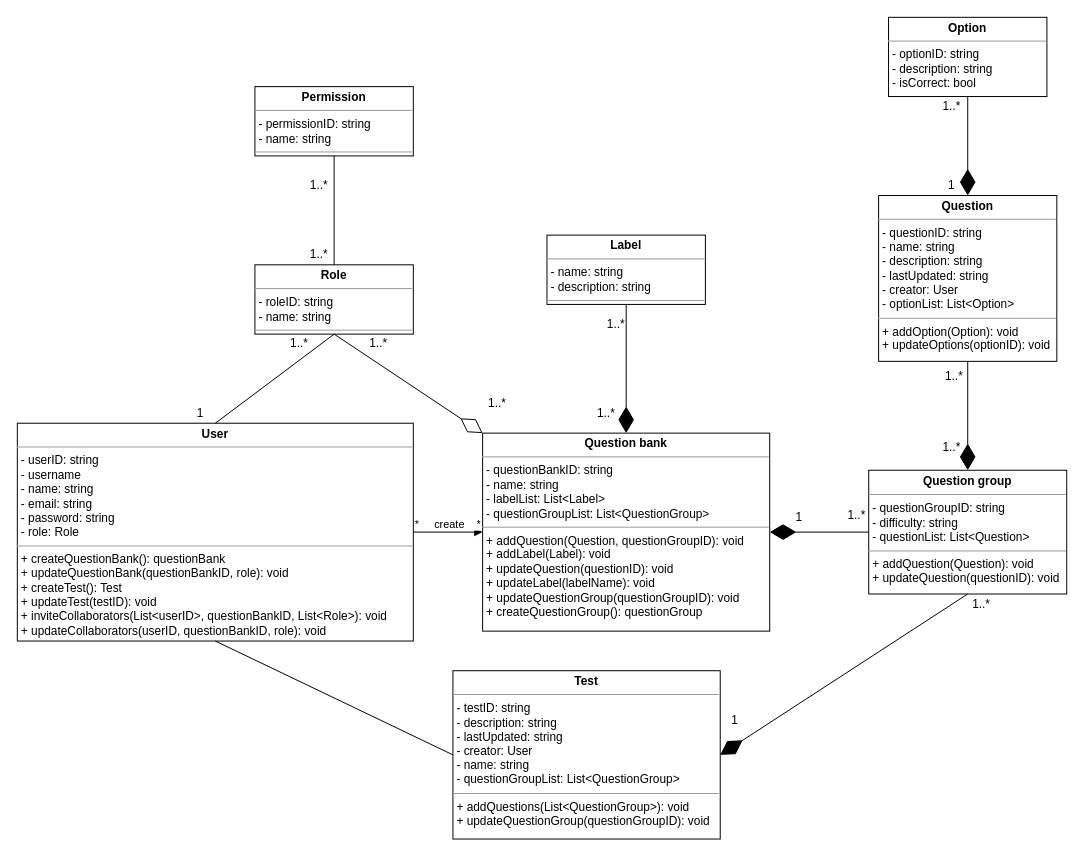
Before: page "Page-1" (1 of 2) of classdiagram.drawio in VDT1805/ChallengeCreator, a draw.io diagram. Source tidied: cells renumbered, new cells numbered last; positions are measured from the earlier drawing's top-left corner, leaving out a move shared by most shapes. Both pictures are drawn from the tidied source at 99%, with x=0, y=0 at pixel (17, 17).
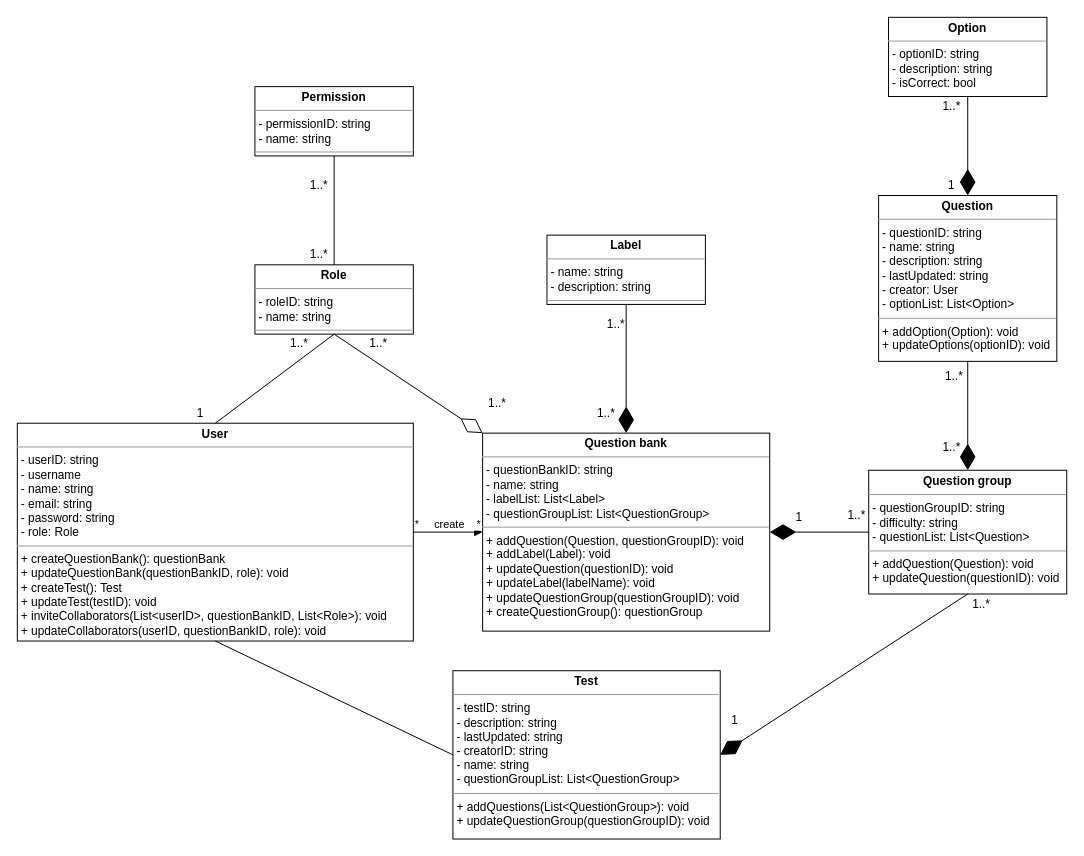
After the change.

The edit, as a diff of the source:
```diff
@@
-    <mxCell id="5" value="&lt;p style=&quot;margin:0px;margin-top:4px;text-align:center;&quot;&gt;&lt;b&gt;Test&lt;/b&gt;&lt;/p&gt;&lt;hr size=&quot;1&quot;&gt;&lt;p style=&quot;margin:0px;margin-left:4px;&quot;&gt;- testID: string&lt;/p&gt;&lt;p style=&quot;margin:0px;margin-left:4px;&quot;&gt;- description: string&lt;/p&gt;&lt;p style=&quot;margin:0px;margin-left:4px;&quot;&gt;- lastUpdated: string&lt;/p&gt;&lt;p style=&quot;margin:0px;margin-left:4px;&quot;&gt;- creator: User&lt;/p&gt;&lt;p style=&quot;margin:0px;margin-left:4px;&quot;&gt;- name: string&lt;/p&gt;&lt;p style=&quot;margin:0px;margin-left:4px;&quot;&gt;- questionGroupList: List&amp;lt;QuestionGroup&amp;gt;&lt;/p&gt;&lt;hr size=&quot;1&quot;&gt;&lt;p style=&quot;margin:0px;margin-left:4px;&quot;&gt;+ addQuestions(List&amp;lt;QuestionGroup&amp;gt;): void&lt;/p&gt;&lt;p style=&quot;margin:0px;margin-left:4px;&quot;&gt;+ updateQuestionGroup(questionGroupID): void&lt;/p&gt;" style="verticalAlign=top;align=left;overflow=fill;fontSize=12;fontFamily=Helvetica;html=1;" parent="1" vertex="1">
+    <mxCell id="5" value="&lt;p style=&quot;margin:0px;margin-top:4px;text-align:center;&quot;&gt;&lt;b&gt;Test&lt;/b&gt;&lt;/p&gt;&lt;hr size=&quot;1&quot;&gt;&lt;p style=&quot;margin:0px;margin-left:4px;&quot;&gt;- testID: string&lt;/p&gt;&lt;p style=&quot;margin:0px;margin-left:4px;&quot;&gt;- description: string&lt;/p&gt;&lt;p style=&quot;margin:0px;margin-left:4px;&quot;&gt;- lastUpdated: string&lt;/p&gt;&lt;p style=&quot;margin:0px;margin-left:4px;&quot;&gt;- creatorID: string&lt;/p&gt;&lt;p style=&quot;margin:0px;margin-left:4px;&quot;&gt;- name: string&lt;/p&gt;&lt;p style=&quot;margin:0px;margin-left:4px;&quot;&gt;- questionGroupList: List&amp;lt;QuestionGroup&amp;gt;&lt;/p&gt;&lt;hr size=&quot;1&quot;&gt;&lt;p style=&quot;margin:0px;margin-left:4px;&quot;&gt;+ addQuestions(List&amp;lt;QuestionGroup&amp;gt;): void&lt;/p&gt;&lt;p style=&quot;margin:0px;margin-left:4px;&quot;&gt;+ updateQuestionGroup(questionGroupID): void&lt;/p&gt;" style="verticalAlign=top;align=left;overflow=fill;fontSize=12;fontFamily=Helvetica;html=1;" parent="1" vertex="1">
       <mxGeometry x="440" y="660" width="270" height="170" as="geometry" />
     </mxCell>
```
